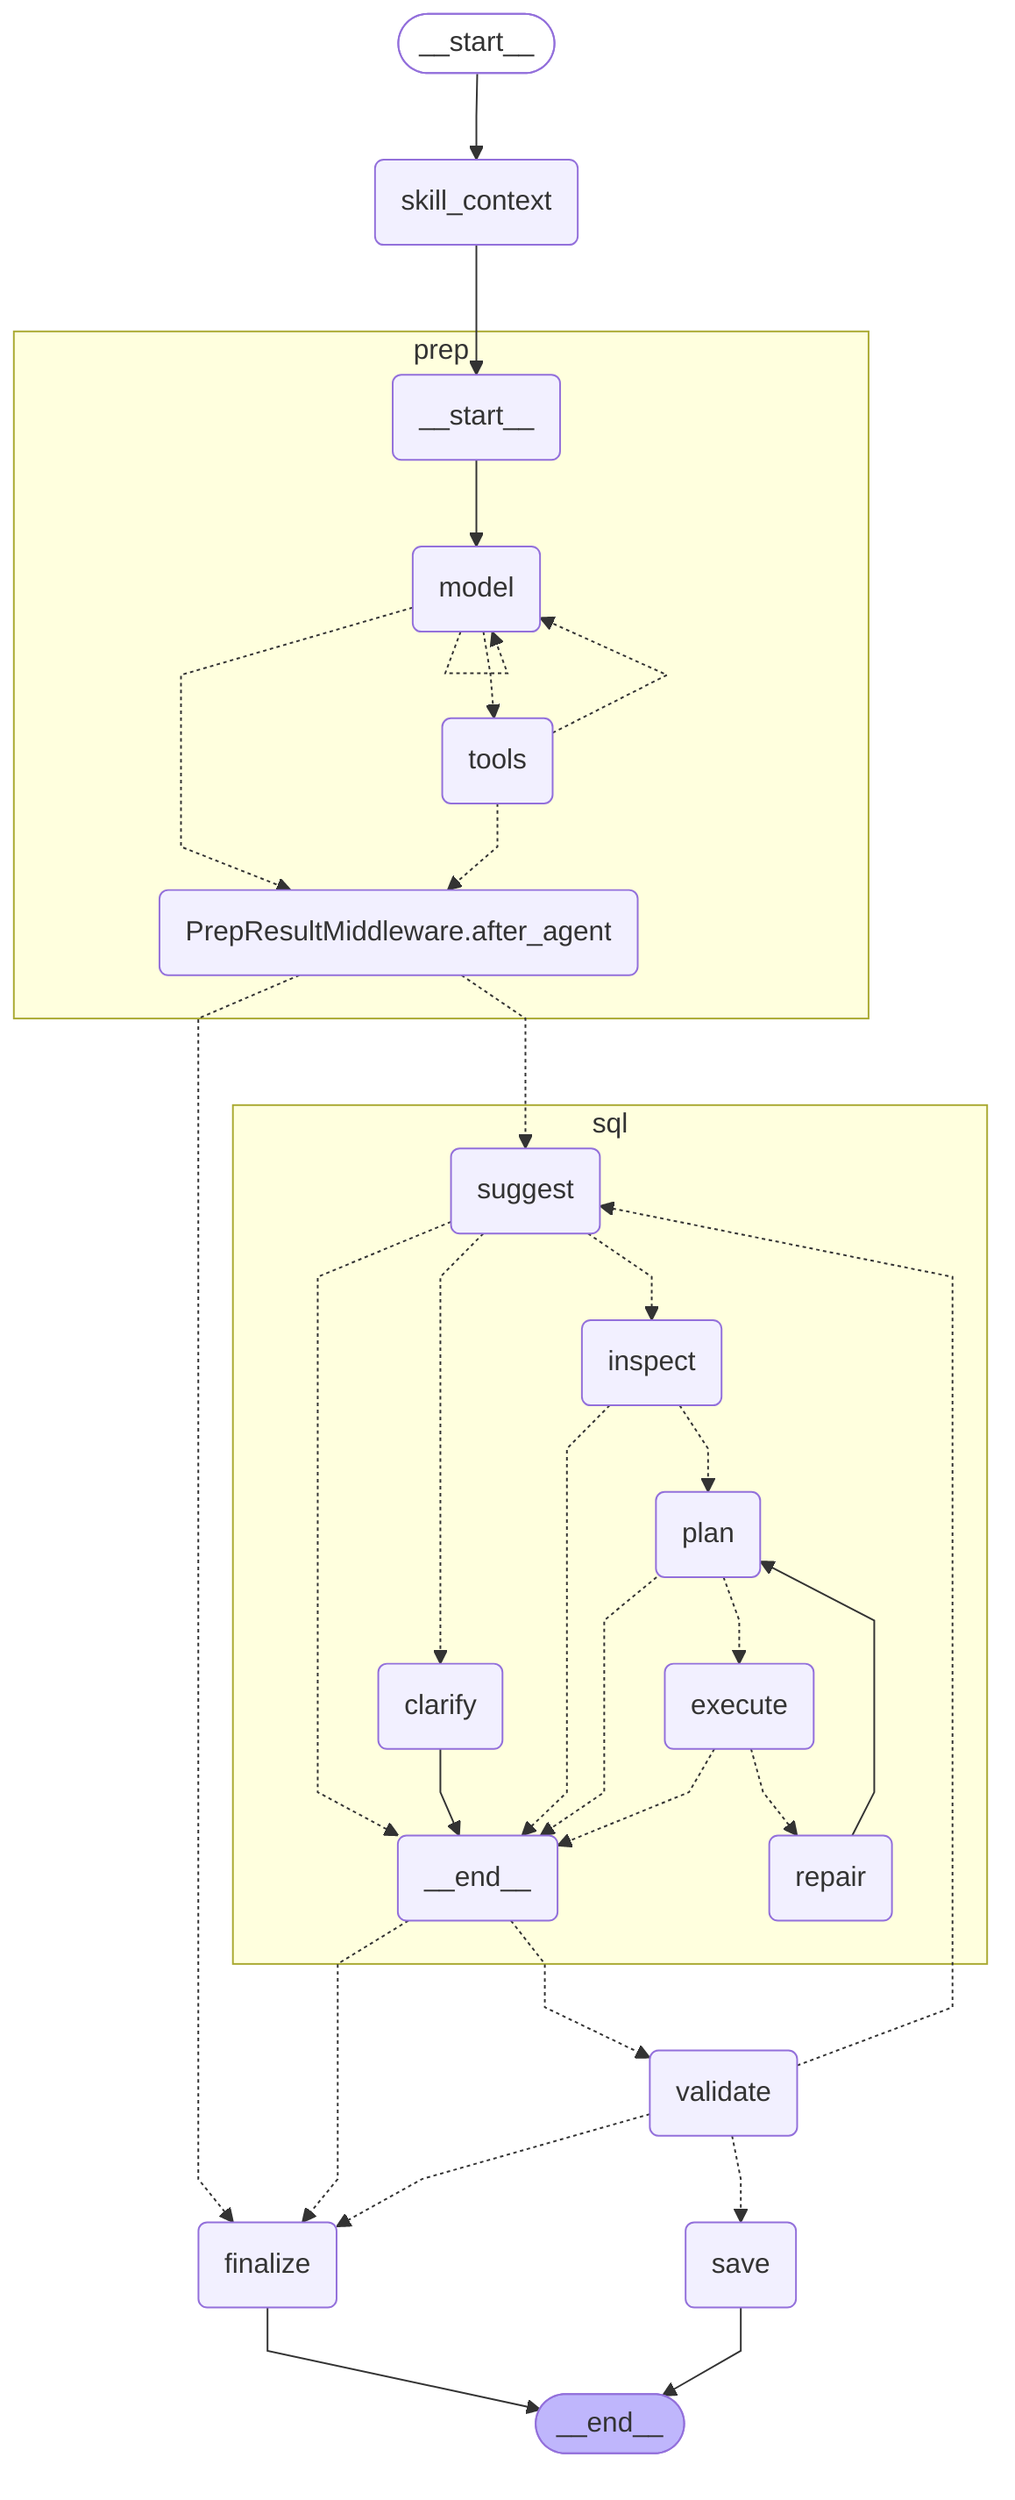
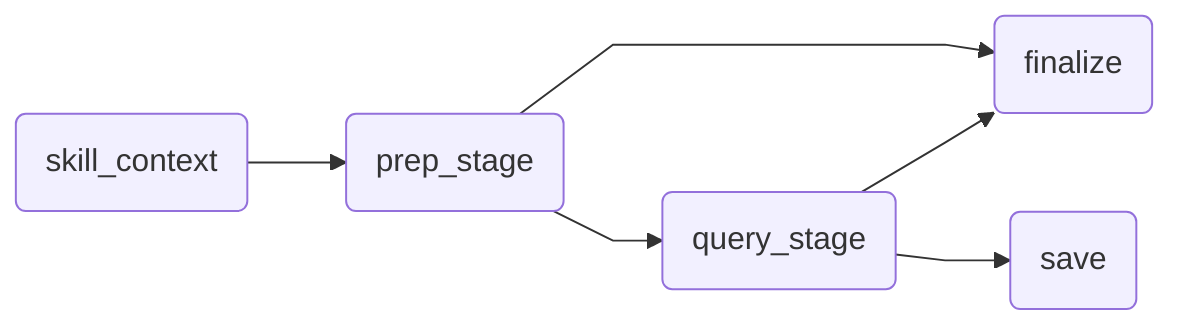
---
config:
  flowchart:
    curve: linear
---
- graph TD;
- 	__start__([<p>__start__</p>]):::first
+ graph LR;
	skill_context(skill_context)
- 	validate(validate)
+ 	prep_stage(prep_stage)
+ 	query_stage(query_stage)
	save(save)
	finalize(finalize)
- 	__end__([<p>__end__</p>]):::last
- 	__start__ --> skill_context;
- 	prep\3aPrepResultMiddleware\2eafter_agent -.-> finalize;
- 	prep\3aPrepResultMiddleware\2eafter_agent -.-> sql\3asuggest;
- 	skill_context --> prep\3a__start__;
- 	sql\3a__end__ -.-> finalize;
- 	sql\3a__end__ -.-> validate;
- 	validate -.-> finalize;
- 	validate -.-> save;
- 	validate -.-> sql\3asuggest;
- 	finalize --> __end__;
- 	save --> __end__;
- 	subgraph prep
- 	prep\3a__start__(<p>__start__</p>)
- 	prep\3amodel(model)
- 	prep\3atools(tools)
- 	prep\3aPrepResultMiddleware\2eafter_agent(PrepResultMiddleware.after_agent)
- 	prep\3a__start__ --> prep\3amodel;
- 	prep\3amodel -.-> prep\3aPrepResultMiddleware\2eafter_agent;
- 	prep\3amodel -.-> prep\3atools;
- 	prep\3atools -.-> prep\3aPrepResultMiddleware\2eafter_agent;
- 	prep\3atools -.-> prep\3amodel;
- 	prep\3amodel -.-> prep\3amodel;
- 	end
- 	subgraph sql
- 	sql\3asuggest(suggest)
- 	sql\3aclarify(clarify)
- 	sql\3ainspect(inspect)
- 	sql\3aplan(plan)
- 	sql\3aexecute(execute)
- 	sql\3arepair(repair)
- 	sql\3a__end__(<p>__end__</p>)
- 	sql\3aexecute -.-> sql\3a__end__;
- 	sql\3aexecute -.-> sql\3arepair;
- 	sql\3ainspect -.-> sql\3a__end__;
- 	sql\3ainspect -.-> sql\3aplan;
- 	sql\3aplan -.-> sql\3a__end__;
- 	sql\3aplan -.-> sql\3aexecute;
- 	sql\3arepair --> sql\3aplan;
- 	sql\3asuggest -.-> sql\3a__end__;
- 	sql\3asuggest -.-> sql\3aclarify;
- 	sql\3asuggest -.-> sql\3ainspect;
- 	sql\3aclarify --> sql\3a__end__;
- 	end
+ 	prep_stage --> finalize;
+ 	prep_stage --> query_stage;
+ 	query_stage --> finalize;
+ 	query_stage --> save;
+ 	skill_context --> prep_stage;
	classDef default fill:#f2f0ff,line-height:1.2
	classDef first fill-opacity:0
	classDef last fill:#bfb6fc
